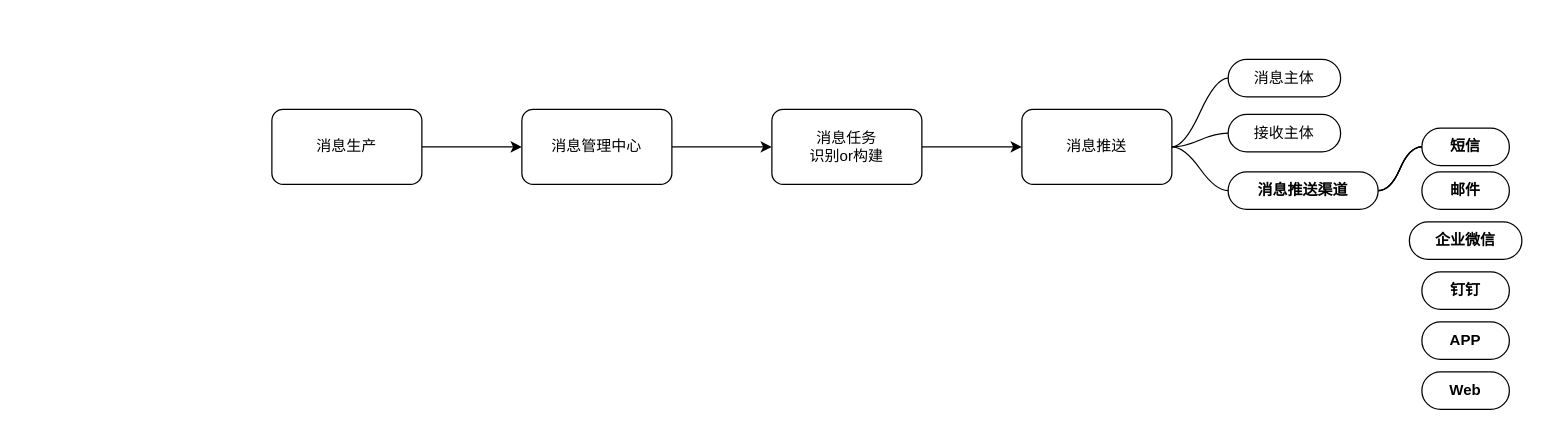
The draw.io diagram 星辰消息中心.drawio in Mark-LoveFootball/mind, before the edit. Source tidied: cells renumbered, new cells numbered last; positions are measured from the earlier drawing's top-left corner, leaving out a move shared by most shapes. Both pictures are drawn from the tidied source at 125%, with x=0, y=0 at pixel (271, 59).
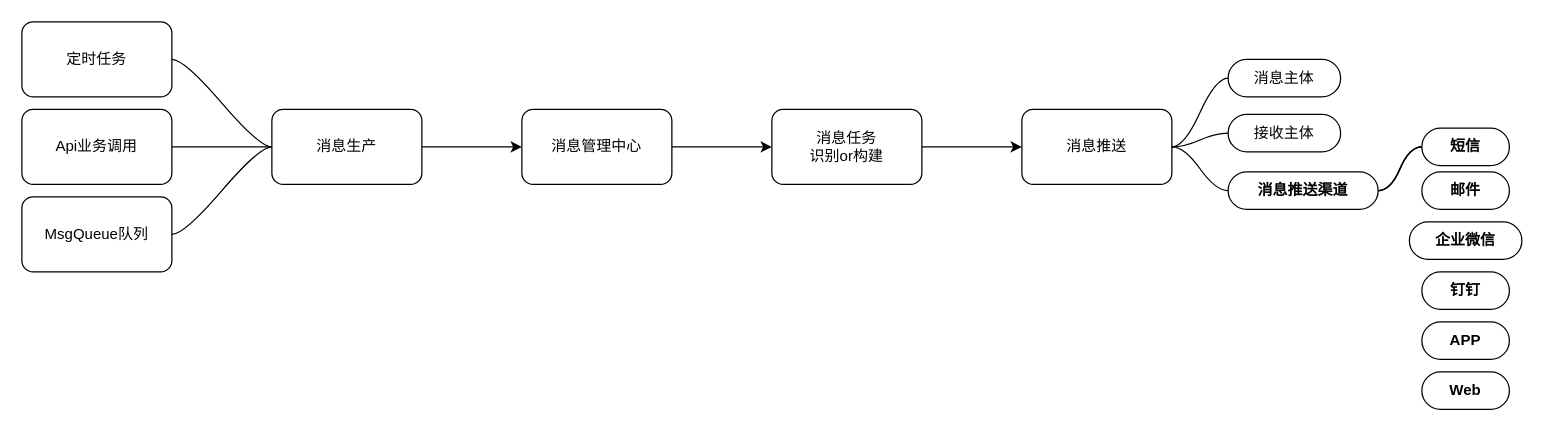
Above is the later version.

Commit message (it also covers changes not shown here):
更新星辰消息中心.drawio

The change refers to these unchanged cells:
```xml
<mxCell id="3" value="消息生产" style="rounded=1;whiteSpace=wrap;html=1;" parent="1" vertex="1">
  <mxGeometry y="40" width="120" height="60" as="geometry" />
</mxCell>
```

Change to the diagram source:
```diff
@@
+    <mxCell id="24" value="定时任务" style="rounded=1;whiteSpace=wrap;html=1;" parent="1" vertex="1">
+      <mxGeometry x="-200" y="-30" width="120" height="60" as="geometry" />
+    </mxCell>
+    <mxCell id="25" value="Api业务调用" style="rounded=1;whiteSpace=wrap;html=1;" parent="1" vertex="1">
+      <mxGeometry x="-200" y="40" width="120" height="60" as="geometry" />
+    </mxCell>
+    <mxCell id="26" value="MsgQueue队列" style="rounded=1;whiteSpace=wrap;html=1;" parent="1" vertex="1">
+      <mxGeometry x="-200" y="110" width="120" height="60" as="geometry" />
+    </mxCell>
+    <mxCell id="27" style="edgeStyle=entityRelationEdgeStyle;startArrow=none;endArrow=none;segment=10;curved=1;sourcePerimeterSpacing=0;targetPerimeterSpacing=0;rounded=0;entryX=0;entryY=0.5;entryDx=0;entryDy=0;exitX=1;exitY=0.5;exitDx=0;exitDy=0;" parent="1" edge="1" source="26" target="3">
+      <mxGeometry relative="1" as="geometry" />
+    </mxCell>
+    <mxCell id="28" style="edgeStyle=entityRelationEdgeStyle;startArrow=none;endArrow=none;segment=10;curved=1;sourcePerimeterSpacing=0;targetPerimeterSpacing=0;rounded=0;entryX=0;entryY=0.5;entryDx=0;entryDy=0;exitX=1;exitY=0.5;exitDx=0;exitDy=0;" parent="1" edge="1" source="25" target="3">
+      <mxGeometry relative="1" as="geometry" />
+    </mxCell>
+    <mxCell id="29" style="edgeStyle=entityRelationEdgeStyle;startArrow=none;endArrow=none;segment=10;curved=1;sourcePerimeterSpacing=0;targetPerimeterSpacing=0;rounded=0;exitX=1;exitY=0.5;exitDx=0;exitDy=0;" parent="1" edge="1" source="24">
+      <mxGeometry relative="1" as="geometry">
+        <mxPoint y="70" as="targetPoint" />
+      </mxGeometry>
+    </mxCell>
```
